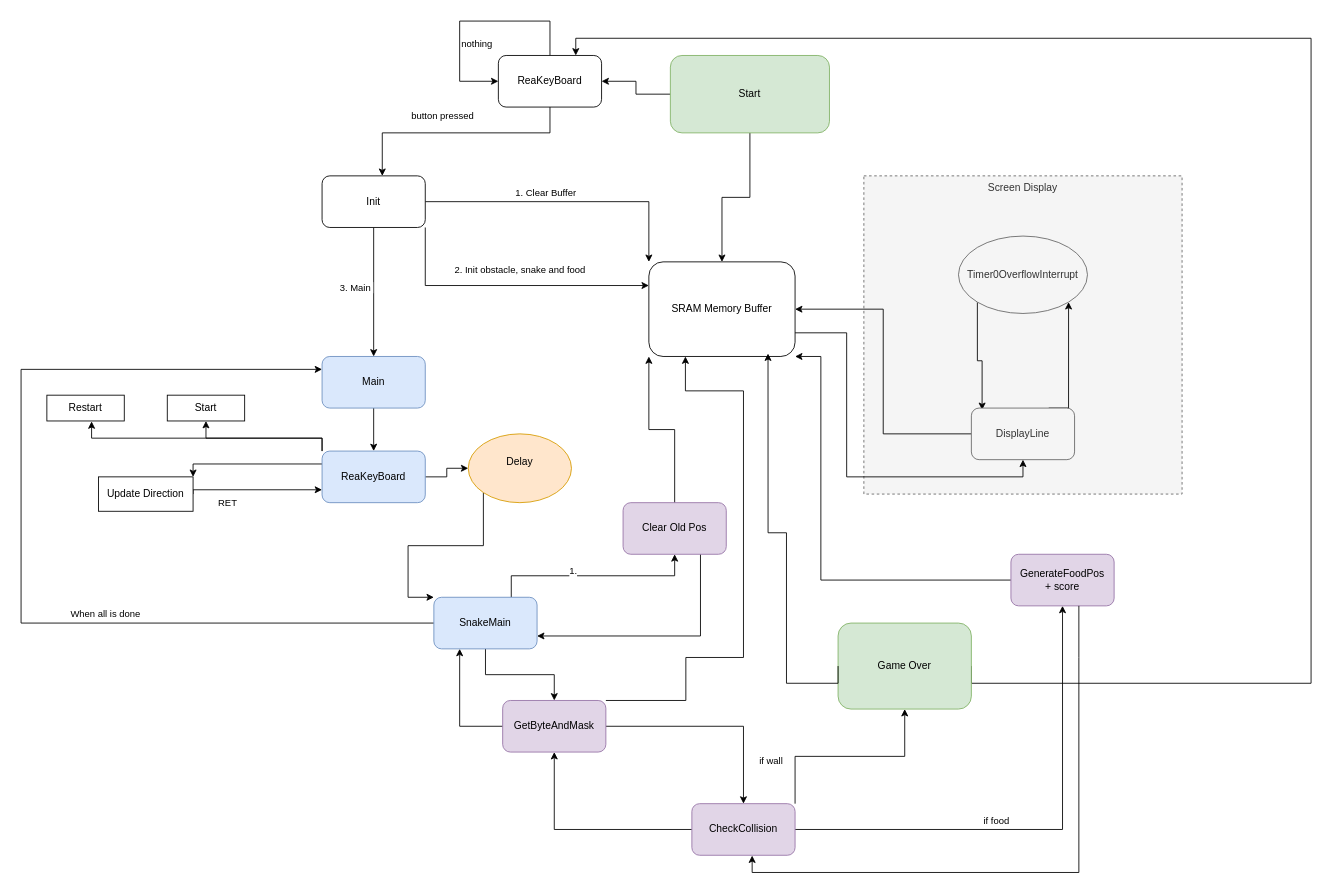
Above: Project/Snake.drawio in abol0003/ELEC-Y418 (draw.io), before the change. Source tidied: cells renumbered, new cells numbered last; positions are measured from the earlier drawing's top-left corner, leaving out a move shared by most shapes. Both pictures are drawn from the tidied source at 86%, with x=0, y=0 at pixel (21, 21).
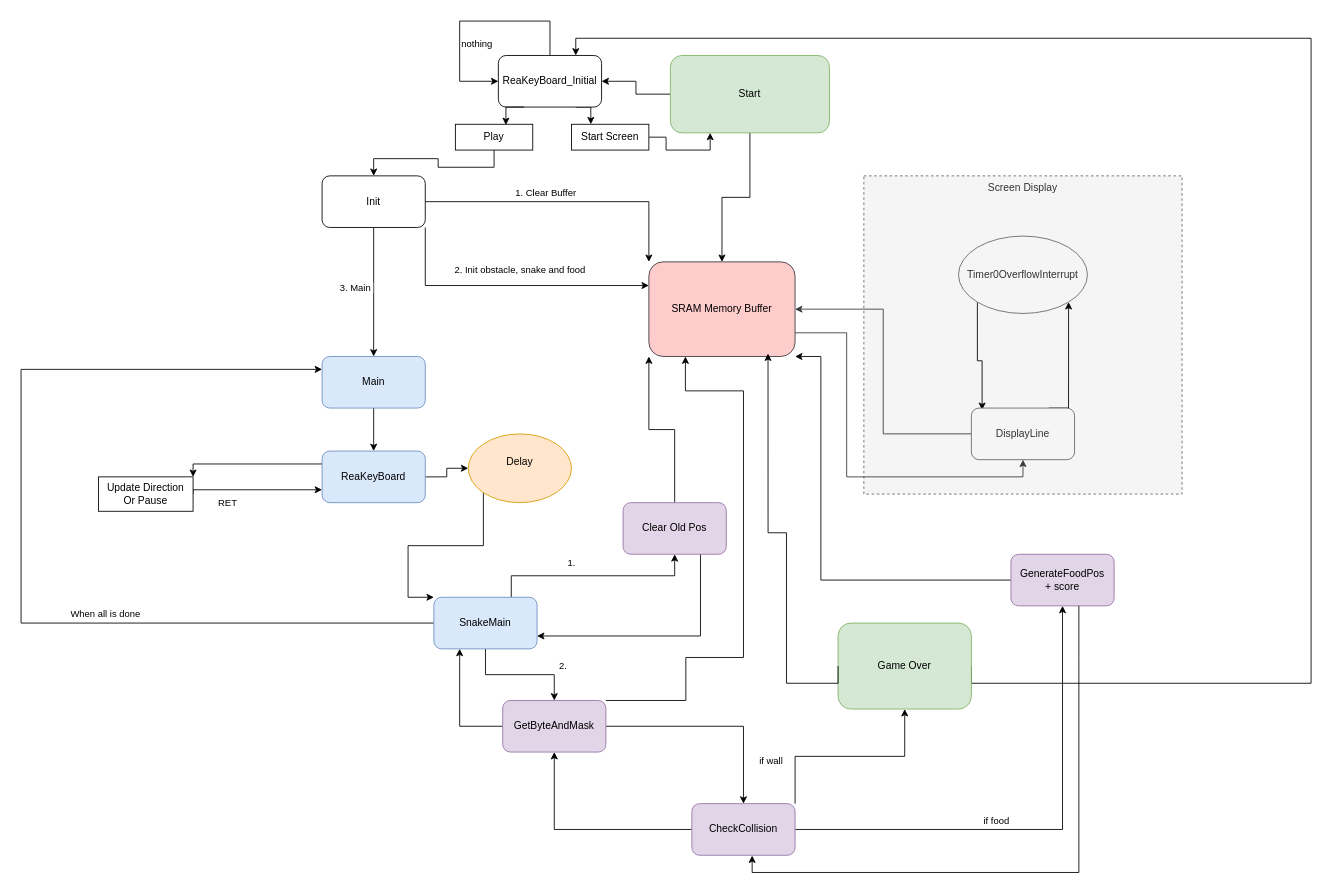
The same diagram, later.

The change refers to these unchanged cells:
```xml
<mxCell id="7" value="DisplayLine" style="rounded=1;whiteSpace=wrap;html=1;fillColor=#f5f5f5;fontColor=#333333;strokeColor=#666666;" parent="1" vertex="1">
  <mxGeometry x="1105" y="450" width="120" height="60" as="geometry" />
</mxCell>
<mxCell id="12" value="Start" style="rounded=1;whiteSpace=wrap;html=1;fillColor=#d5e8d4;strokeColor=#82b366;" parent="1" vertex="1">
  <mxGeometry x="755" y="40" width="185" height="90" as="geometry" />
</mxCell>
<mxCell id="19" value="Init" style="rounded=1;whiteSpace=wrap;html=1;" parent="1" vertex="1">
  <mxGeometry x="350" y="180" width="120" height="60" as="geometry" />
</mxCell>
<mxCell id="25" value="ReaKeyBoard" style="rounded=1;whiteSpace=wrap;html=1;fillColor=#dae8fc;strokeColor=#6c8ebf;" parent="1" vertex="1">
  <mxGeometry x="350" y="500" width="120" height="60" as="geometry" />
</mxCell>
<mxCell id="31" value="SnakeMain" style="rounded=1;whiteSpace=wrap;html=1;fillColor=#dae8fc;strokeColor=#6c8ebf;" parent="1" vertex="1">
  <mxGeometry x="480" y="670" width="120" height="60" as="geometry" />
</mxCell>
<mxCell id="39" value="Clear Old Pos" style="rounded=1;whiteSpace=wrap;html=1;fillColor=#e1d5e7;strokeColor=#9673a6;" parent="1" vertex="1">
  <mxGeometry x="700" y="560" width="120" height="60" as="geometry" />
</mxCell>
<mxCell id="43" value="GetByteAndMask" style="whiteSpace=wrap;html=1;fillColor=#e1d5e7;strokeColor=#9673a6;rounded=1;" parent="1" vertex="1">
  <mxGeometry x="560" y="790" width="120" height="60" as="geometry" />
</mxCell>
<mxCell id="51" value="Game Over" style="whiteSpace=wrap;html=1;fillColor=#d5e8d4;strokeColor=#82b366;rounded=1;" parent="1" vertex="1">
  <mxGeometry x="950" y="700" width="155" height="100" as="geometry" />
</mxCell>
```

Diff of the diagram source:
```diff
@@
-    <mxCell id="6" style="edgeStyle=orthogonalEdgeStyle;rounded=0;jettySize=auto;html=1;exitX=0;exitY=0.5;exitDx=0;exitDy=0;entryX=1;entryY=0.5;entryDx=0;entryDy=0;" parent="1" edge="1" source="7" target="9">
+    <mxCell id="6" style="edgeStyle=orthogonalEdgeStyle;rounded=0;jettySize=auto;html=1;exitX=0;exitY=0.5;exitDx=0;exitDy=0;entryX=1;entryY=0.5;entryDx=0;entryDy=0;fillColor=#ffcccc;strokeColor=#36393d;" parent="1" edge="1" source="7" target="9">
       <mxGeometry relative="1" as="geometry" />
     </mxCell>
@@
-    <mxCell id="8" style="edgeStyle=orthogonalEdgeStyle;rounded=0;jettySize=auto;html=1;exitX=1;exitY=0.75;exitDx=0;exitDy=0;entryX=0.5;entryY=1;entryDx=0;entryDy=0;" parent="1" edge="1" source="9" target="7">
+    <mxCell id="8" style="edgeStyle=orthogonalEdgeStyle;rounded=0;jettySize=auto;html=1;exitX=1;exitY=0.75;exitDx=0;exitDy=0;entryX=0.5;entryY=1;entryDx=0;entryDy=0;fillColor=#ffcccc;strokeColor=#36393d;" parent="1" edge="1" source="9" target="7">
       <mxGeometry relative="1" as="geometry">
         <Array as="points">
           <mxPoint x="960" y="362" />
           <mxPoint x="960" y="530" />
           <mxPoint x="1165" y="530" />
         </Array>
       </mxGeometry>
     </mxCell>
-    <mxCell id="9" value="SRAM Memory Buffer" style="rounded=1;whiteSpace=wrap;html=1;" parent="1" vertex="1">
+    <mxCell id="9" value="SRAM Memory Buffer" style="rounded=1;whiteSpace=wrap;html=1;fillColor=#ffcccc;strokeColor=#36393d;" parent="1" vertex="1">
       <mxGeometry x="730" y="280" width="170" height="110" as="geometry" />
     </mxCell>
@@
-    <mxCell id="11" style="edgeStyle=orthogonalEdgeStyle;rounded=0;jettySize=auto;html=1;" parent="1" edge="1" source="12" target="15">
-      <mxGeometry relative="1" as="geometry" />
-    </mxCell>
+    <mxCell id="54" style="edgeStyle=orthogonalEdgeStyle;rounded=0;jettySize=auto;html=1;" parent="1" edge="1" source="12" target="56">
+      <mxGeometry relative="1" as="geometry" />
+    </mxCell>
@@
-    <mxCell id="13" value="nothing" style="edgeStyle=orthogonalEdgeStyle;rounded=0;orthogonalLoop=1;jettySize=auto;html=1;entryX=0;entryY=0.5;entryDx=0;entryDy=0;exitX=0.5;exitY=0;exitDx=0;exitDy=0;" parent="1" edge="1" source="15" target="15">
+    <mxCell id="13" value="nothing" style="edgeStyle=orthogonalEdgeStyle;rounded=0;orthogonalLoop=1;jettySize=auto;html=1;entryX=0;entryY=0.5;entryDx=0;entryDy=0;exitX=0.5;exitY=0;exitDx=0;exitDy=0;" parent="1" edge="1" source="56" target="56">
       <mxGeometry x="0.32" y="20" relative="1" as="geometry">
         <Array as="points">
           <mxPoint x="615" />
           <mxPoint x="510" />
           <mxPoint x="510" y="70" />
         </Array>
       </mxGeometry>
     </mxCell>
-    <mxCell id="14" value="button pressed" style="edgeStyle=orthogonalEdgeStyle;rounded=0;jettySize=auto;html=1;" parent="1" edge="1" source="15" target="19">
-      <mxGeometry x="0.13" y="-20" relative="1" as="geometry">
-        <Array as="points">
-          <mxPoint x="615" y="130" />
-          <mxPoint x="420" y="130" />
-        </Array>
-      </mxGeometry>
-    </mxCell>
-    <mxCell id="15" value="ReaKeyBoard" style="rounded=1;whiteSpace=wrap;html=1;" parent="1" vertex="1">
-      <mxGeometry x="555" y="40" width="120" height="60" as="geometry" />
-    </mxCell>
+    <mxCell id="55" style="edgeStyle=orthogonalEdgeStyle;rounded=0;jettySize=auto;html=1;exitX=0.75;exitY=1;exitDx=0;exitDy=0;entryX=0.25;entryY=0;entryDx=0;entryDy=0;" parent="1" edge="1" source="56" target="59">
+      <mxGeometry relative="1" as="geometry" />
+    </mxCell>
+    <mxCell id="56" value="ReaKeyBoard_Initial" style="rounded=1;whiteSpace=wrap;html=1;" parent="1" vertex="1">
+      <mxGeometry x="555" y="40" width="120" height="60" as="geometry" />
+    </mxCell>
@@
-    <mxCell id="23" style="edgeStyle=orthogonalEdgeStyle;rounded=0;jettySize=auto;html=1;exitX=0;exitY=0;exitDx=0;exitDy=0;entryX=0.5;entryY=1;entryDx=0;entryDy=0;" parent="1" edge="1" source="25" target="33">
-      <mxGeometry relative="1" as="geometry">
-        <Array as="points">
-          <mxPoint x="350" y="485" />
-          <mxPoint x="215" y="485" />
-        </Array>
-      </mxGeometry>
-    </mxCell>
-    <mxCell id="24" style="edgeStyle=orthogonalEdgeStyle;rounded=0;jettySize=auto;html=1;exitX=0;exitY=0.25;exitDx=0;exitDy=0;entryX=1;entryY=0;entryDx=0;entryDy=0;" parent="1" edge="1" source="25" target="35">
-      <mxGeometry relative="1" as="geometry">
-        <Array as="points">
-          <mxPoint x="200" y="515" />
-        </Array>
-      </mxGeometry>
-    </mxCell>
+    <mxCell id="57" style="edgeStyle=orthogonalEdgeStyle;rounded=0;jettySize=auto;html=1;exitX=0;exitY=0.25;exitDx=0;exitDy=0;entryX=1;entryY=0;entryDx=0;entryDy=0;" parent="1" edge="1" source="25" target="62">
+      <mxGeometry relative="1" as="geometry">
+        <Array as="points">
+          <mxPoint x="200" y="515" />
+        </Array>
+      </mxGeometry>
+    </mxCell>
@@
     <mxCell id="28" value="1." style="edgeStyle=orthogonalEdgeStyle;rounded=0;jettySize=auto;html=1;exitX=0.75;exitY=0;exitDx=0;exitDy=0;" parent="1" edge="1" source="31" target="39">
-      <mxGeometry x="-0.19" y="5" relative="1" as="geometry" />
+      <mxGeometry x="-0.21" y="15" relative="1" as="geometry" />
     </mxCell>
-    <mxCell id="29" style="edgeStyle=orthogonalEdgeStyle;rounded=0;jettySize=auto;html=1;exitX=0.5;exitY=1;exitDx=0;exitDy=0;" parent="1" edge="1" source="31" target="43">
-      <mxGeometry relative="1" as="geometry" />
+    <mxCell id="29" value="2." style="edgeStyle=orthogonalEdgeStyle;rounded=0;jettySize=auto;html=1;exitX=0.5;exitY=1;exitDx=0;exitDy=0;" parent="1" edge="1" source="31" target="43">
+      <mxGeometry x="0.57" y="14" relative="1" as="geometry">
+        <mxPoint x="-4" y="-10" as="offset" />
+      </mxGeometry>
     </mxCell>
@@
-    <mxCell id="32" value="Restart" style="rounded=0;whiteSpace=wrap;html=1;" parent="1" vertex="1">
-      <mxGeometry x="30" y="435" width="90" height="30" as="geometry" />
-    </mxCell>
-    <mxCell id="33" value="Start" style="rounded=0;whiteSpace=wrap;html=1;" parent="1" vertex="1">
-      <mxGeometry x="170" y="435" width="90" height="30" as="geometry" />
-    </mxCell>
+    <mxCell id="58" style="edgeStyle=orthogonalEdgeStyle;rounded=0;jettySize=auto;html=1;exitX=1;exitY=0.5;exitDx=0;exitDy=0;entryX=0.25;entryY=1;entryDx=0;entryDy=0;" parent="1" edge="1" source="59" target="12">
+      <mxGeometry relative="1" as="geometry" />
+    </mxCell>
+    <mxCell id="59" value="Start Screen" style="rounded=0;whiteSpace=wrap;html=1;" parent="1" vertex="1">
+      <mxGeometry x="640" y="120" width="90" height="30" as="geometry" />
+    </mxCell>
+    <mxCell id="60" style="edgeStyle=orthogonalEdgeStyle;rounded=0;jettySize=auto;html=1;exitX=0.5;exitY=1;exitDx=0;exitDy=0;entryX=0.5;entryY=0;entryDx=0;entryDy=0;" parent="1" edge="1" source="61" target="19">
+      <mxGeometry relative="1" as="geometry" />
+    </mxCell>
+    <mxCell id="61" value="Play" style="rounded=0;whiteSpace=wrap;html=1;" parent="1" vertex="1">
+      <mxGeometry x="505" y="120" width="90" height="30" as="geometry" />
+    </mxCell>
-    <mxCell id="34" value="RET" style="edgeStyle=orthogonalEdgeStyle;rounded=0;jettySize=auto;html=1;exitX=1;exitY=0.5;exitDx=0;exitDy=0;entryX=0;entryY=0.75;entryDx=0;entryDy=0;" parent="1" edge="1" source="35" target="25">
+    <mxCell id="34" value="RET" style="edgeStyle=orthogonalEdgeStyle;rounded=0;jettySize=auto;html=1;exitX=1;exitY=0.5;exitDx=0;exitDy=0;entryX=0;entryY=0.75;entryDx=0;entryDy=0;" parent="1" edge="1" source="62" target="25">
       <mxGeometry x="-0.42" y="-15" relative="1" as="geometry">
         <Array as="points">
           <mxPoint x="200" y="545" />
         </Array>
       </mxGeometry>
     </mxCell>
-    <mxCell id="35" value="Update Direction" style="rounded=0;whiteSpace=wrap;html=1;" parent="1" vertex="1">
-      <mxGeometry x="90" y="530" width="110" height="40" as="geometry" />
-    </mxCell>
-    <mxCell id="36" style="edgeStyle=orthogonalEdgeStyle;rounded=0;jettySize=auto;html=1;exitX=0;exitY=0;exitDx=0;exitDy=0;entryX=0.578;entryY=1.017;entryDx=0;entryDy=0;entryPerimeter=0;" parent="1" edge="1" source="25" target="32">
-      <mxGeometry relative="1" as="geometry">
-        <Array as="points">
-          <mxPoint x="350" y="485" />
-          <mxPoint x="82" y="485" />
-        </Array>
-      </mxGeometry>
-    </mxCell>
+    <mxCell id="62" value="Update Direction&lt;br&gt;Or Pause" style="rounded=0;whiteSpace=wrap;html=1;" parent="1" vertex="1">
+      <mxGeometry x="90" y="530" width="110" height="40" as="geometry" />
+    </mxCell>
@@
-    <mxCell id="50" style="edgeStyle=orthogonalEdgeStyle;rounded=0;jettySize=auto;html=1;entryX=0.75;entryY=0;entryDx=0;entryDy=0;exitX=1;exitY=0.5;exitDx=0;exitDy=0;" parent="1" edge="1" source="51" target="15">
-      <mxGeometry relative="1" as="geometry">
-        <Array as="points">
-          <mxPoint x="1500" y="770" />
-          <mxPoint x="1500" y="20" />
-          <mxPoint x="645" y="20" />
-        </Array>
-      </mxGeometry>
-    </mxCell>
+    <mxCell id="63" style="edgeStyle=orthogonalEdgeStyle;rounded=0;jettySize=auto;html=1;entryX=0.75;entryY=0;entryDx=0;entryDy=0;exitX=1;exitY=0.5;exitDx=0;exitDy=0;" parent="1" edge="1" source="51" target="56">
+      <mxGeometry relative="1" as="geometry">
+        <Array as="points">
+          <mxPoint x="1500" y="770" />
+          <mxPoint x="1500" y="20" />
+          <mxPoint x="645" y="20" />
+        </Array>
+      </mxGeometry>
+    </mxCell>
@@
+    <mxCell id="64" style="edgeStyle=orthogonalEdgeStyle;rounded=0;jettySize=auto;html=1;exitX=0.25;exitY=1;exitDx=0;exitDy=0;entryX=0.653;entryY=0.029;entryDx=0;entryDy=0;entryPerimeter=0;" parent="1" edge="1" source="56" target="61">
+      <mxGeometry relative="1" as="geometry" />
+    </mxCell>
```
